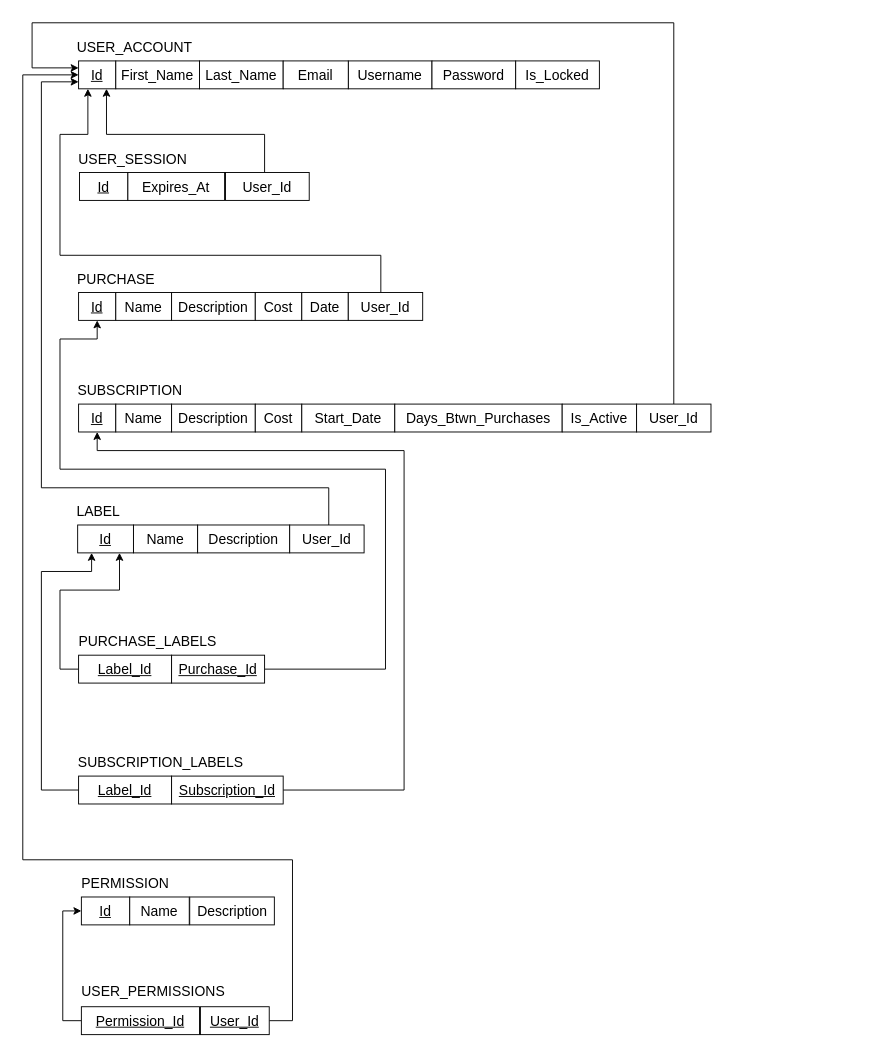
Above: diagrams/SpendthriftRmDiagram1.0.drawio in honey-ham/spendthrift-db (draw.io), before the change. Source tidied: cells renumbered, new cells numbered last; positions are measured from the earlier drawing's top-left corner, leaving out a move shared by most shapes. Both pictures are drawn from the tidied source at 93%, with x=0, y=0 at pixel (22, 22).
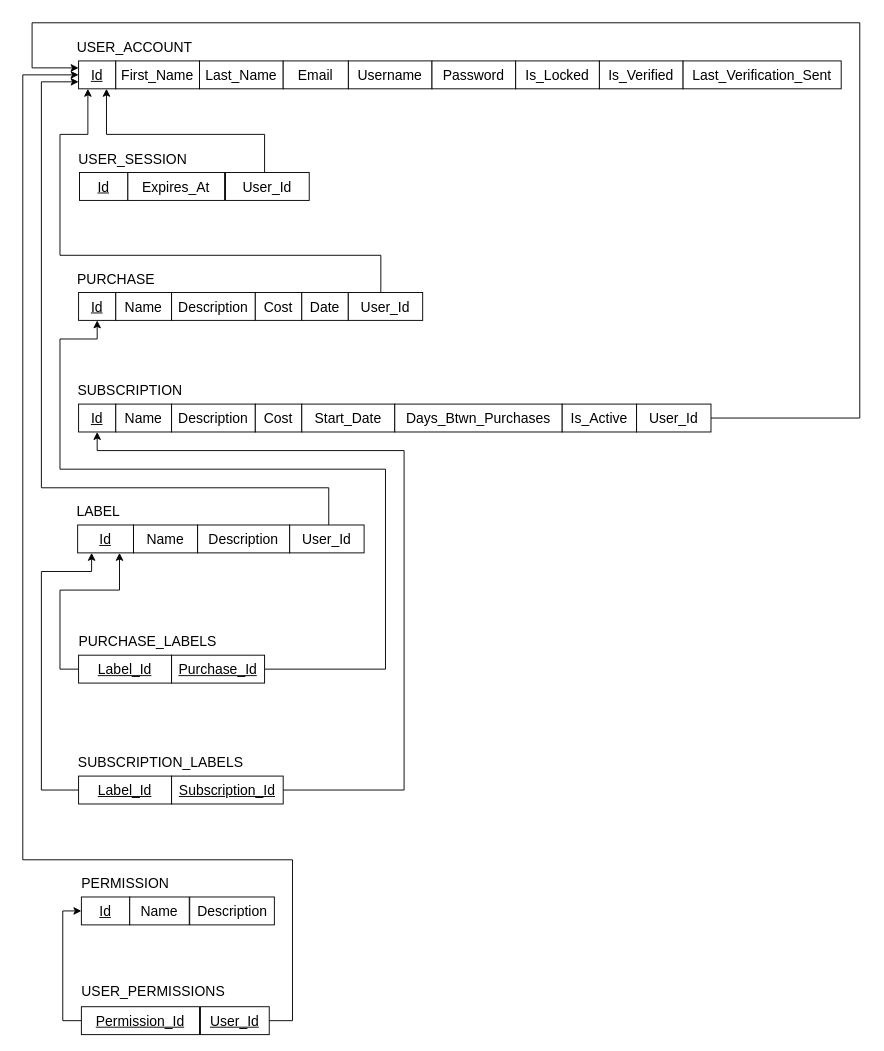
The same diagram, later.

Commit message (it also covers changes not shown here):
last_verification_attempt added as a field. Stored as UNIX timestamp

Unchanged cells that the change refers to:
```xml
<mxCell id="3" value="&lt;font style=&quot;font-size: 15px;&quot;&gt;&lt;u&gt;Id&lt;/u&gt;&lt;/font&gt;" style="rounded=0;whiteSpace=wrap;html=1;" parent="1" vertex="1">
  <mxGeometry x="60" y="41" width="40" height="30" as="geometry" />
</mxCell>
<mxCell id="26" value="&lt;span style=&quot;font-size: 15px;&quot;&gt;User_Id&lt;/span&gt;" style="rounded=0;whiteSpace=wrap;html=1;" parent="1" vertex="1">
  <mxGeometry x="660" y="410" width="80" height="30" as="geometry" />
</mxCell>
```

The edit, as a diff of the source:
```diff
@@
     <mxCell id="25" style="edgeStyle=orthogonalEdgeStyle;rounded=0;jettySize=auto;html=1;entryX=0;entryY=0.25;entryDx=0;entryDy=0;" parent="1" edge="1" source="26" target="3">
       <mxGeometry relative="1" as="geometry">
         <Array as="points">
-          <mxPoint x="700" />
+          <mxPoint x="900" y="425" />
+          <mxPoint x="900" />
           <mxPoint x="10" />
           <mxPoint x="10" y="49" />
         </Array>
       </mxGeometry>
     </mxCell>
@@
+    <mxCell id="58" value="&lt;font style=&quot;font-size: 15px;&quot;&gt;Is_Verified&lt;/font&gt;" style="rounded=0;whiteSpace=wrap;html=1;" parent="1" vertex="1">
+      <mxGeometry x="620" y="41" width="90" height="30" as="geometry" />
+    </mxCell>
+    <mxCell id="59" value="&lt;font style=&quot;font-size: 15px;&quot;&gt;Last_Verification_Sent&lt;/font&gt;" style="rounded=0;whiteSpace=wrap;html=1;" parent="1" vertex="1">
+      <mxGeometry x="710" y="41" width="170" height="30" as="geometry" />
+    </mxCell>
```
